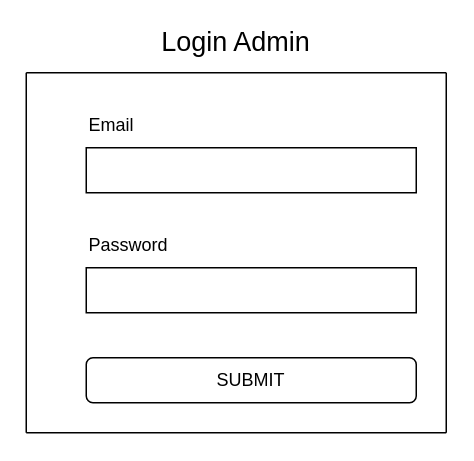
This is page "Frame-Login Admin" (18 of 20) of SKRIPSI TARMIZI MAULANA/ARSIP/FILE MASTER DESAIN/DIAGRAM SKIRPSI TARMIZI MAULANA.drawio from Khairul122/JK-WebPemesananJasaFotografer-ED, a draw.io file, before an edit. Source tidied: cells renumbered, new cells numbered last; positions are measured from the earlier drawing's top-left corner, leaving out a move shared by most shapes. Both pictures are drawn from the tidied source at 150%, with x=0, y=0 at pixel (26, 27).
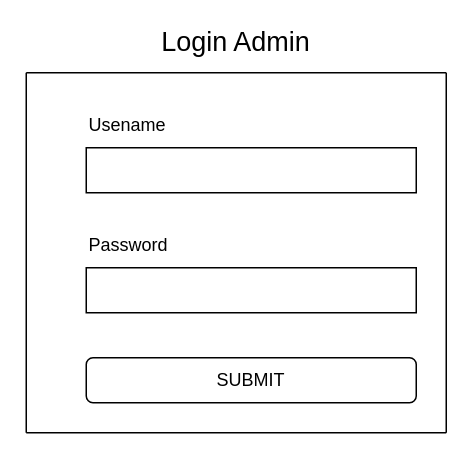
After the change.

The edit, as a diff of the source:
```diff
@@
 <mxGraphModel>
   <root>
     <mxCell id="0" />
     <mxCell id="1" parent="0" />
-    <mxCell id="2" value="&lt;span style=&quot;font-size: 12px&quot;&gt;Email&lt;/span&gt;" style="text;html=1;strokeColor=none;fillColor=none;align=left;verticalAlign=bottom;whiteSpace=wrap;rounded=0;fontSize=33;horizontal=1;" parent="1" vertex="1">
+    <mxCell id="2" value="&lt;span style=&quot;font-size: 12px&quot;&gt;Usename&lt;/span&gt;" style="text;html=1;strokeColor=none;fillColor=none;align=left;verticalAlign=bottom;whiteSpace=wrap;rounded=0;fontSize=33;horizontal=1;" parent="1" vertex="1">
       <mxGeometry x="40" y="50" width="170" height="30" as="geometry" />
     </mxCell>
     <mxCell id="3" style="rounded=0;whiteSpace=wrap;html=1;fontSize=33;align=center;" parent="1" vertex="1">
       <mxGeometry x="40" y="80" width="220" height="30" as="geometry" />
     </mxCell>
     <mxCell id="4" value="&lt;span style=&quot;font-size: 12px&quot;&gt;Password&lt;/span&gt;" style="text;html=1;strokeColor=none;fillColor=none;align=left;verticalAlign=bottom;whiteSpace=wrap;rounded=0;fontSize=33;horizontal=1;" parent="1" vertex="1">
       <mxGeometry x="40" y="130" width="170" height="30" as="geometry" />
     </mxCell>
     <mxCell id="5" style="rounded=0;whiteSpace=wrap;html=1;fontSize=33;align=center;" parent="1" vertex="1">
       <mxGeometry x="40" y="160" width="220" height="30" as="geometry" />
     </mxCell>
     <mxCell id="6" value="SUBMIT" style="rounded=1;whiteSpace=wrap;html=1;fontSize=12;align=center;verticalAlign=middle;" parent="1" vertex="1">
       <mxGeometry x="40" y="220" width="220" height="30" as="geometry" />
     </mxCell>
     <mxCell id="7" style="endArrow=none;html=1;fontSize=12;" parent="1" edge="1">
       <mxGeometry relative="1" as="geometry">
         <mxPoint y="270" as="sourcePoint" />
         <mxPoint y="30" as="targetPoint" />
       </mxGeometry>
     </mxCell>
     <mxCell id="8" style="endArrow=none;html=1;fontSize=12;" parent="1" edge="1">
       <mxGeometry relative="1" as="geometry">
         <mxPoint x="280" y="270" as="sourcePoint" />
         <mxPoint x="280" y="30" as="targetPoint" />
       </mxGeometry>
     </mxCell>
     <mxCell id="9" style="endArrow=none;html=1;fontSize=12;" parent="1" edge="1">
       <mxGeometry relative="1" as="geometry">
         <mxPoint x="280" y="270" as="sourcePoint" />
         <mxPoint y="270" as="targetPoint" />
       </mxGeometry>
     </mxCell>
     <mxCell id="10" style="endArrow=none;html=1;fontSize=12;" parent="1" edge="1">
       <mxGeometry relative="1" as="geometry">
         <mxPoint x="280" y="30" as="sourcePoint" />
         <mxPoint y="30" as="targetPoint" />
       </mxGeometry>
     </mxCell>
     <mxCell id="11" value="Login Admin" style="text;html=1;strokeColor=none;fillColor=none;align=center;verticalAlign=middle;whiteSpace=wrap;rounded=0;fontSize=18;" parent="1" vertex="1">
       <mxGeometry x="70" width="140" height="20" as="geometry" />
     </mxCell>
   </root>
 </mxGraphModel>
```
